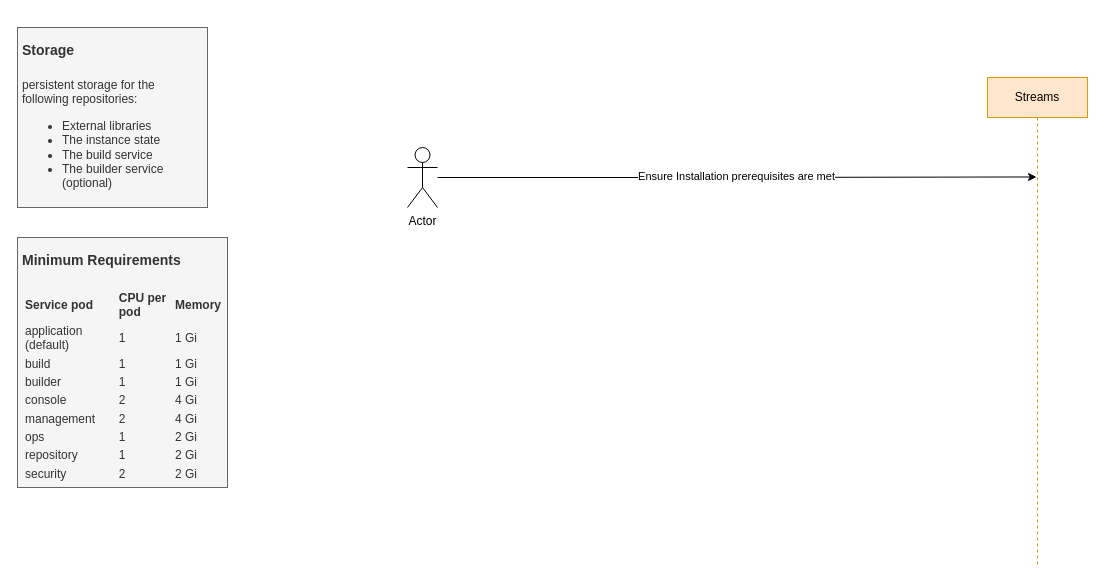
Before: streams.drawio in kanchantewary/CloudPakForData, a draw.io diagram. Source tidied: cells renumbered, new cells numbered last; positions are measured from the earlier drawing's top-left corner, leaving out a move shared by most shapes. Both pictures are drawn from the tidied source at 100%, with x=0, y=0 at pixel (17, 27).
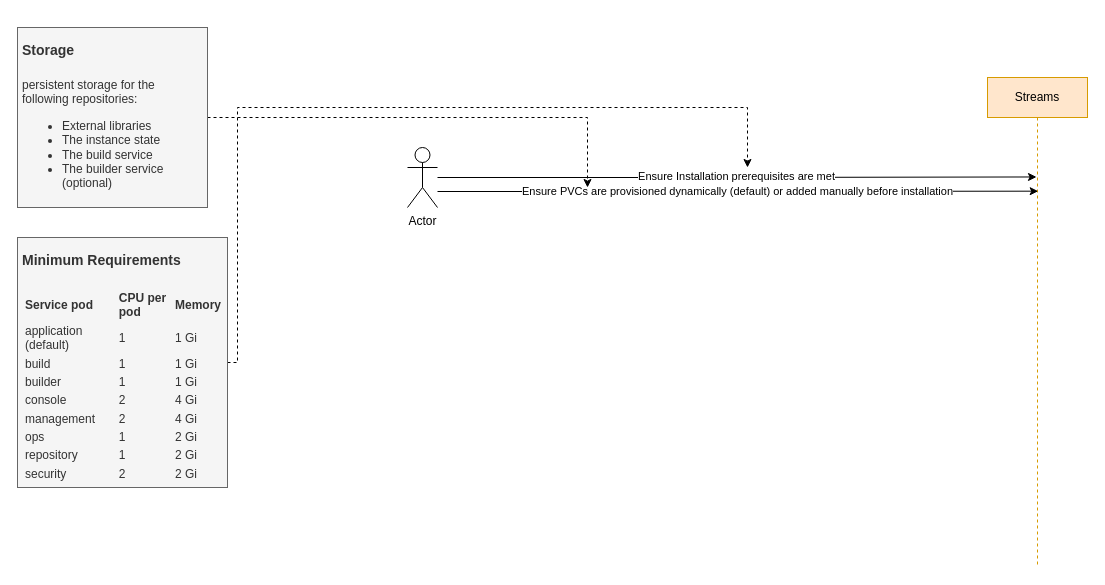
Above is the later version.

The edit, as a diff of the source:
```diff
@@
 <mxGraphModel>
   <root>
     <mxCell id="0" />
     <mxCell id="1" parent="0" />
     <mxCell id="2" value="Streams" style="shape=umlLifeline;perimeter=lifelinePerimeter;whiteSpace=wrap;html=1;outlineConnect=0;fillColor=#ffe6cc;strokeColor=#d79b00;" parent="1" vertex="1">
       <mxGeometry x="970" y="50" width="100" height="490" as="geometry" />
     </mxCell>
     <mxCell id="3" value="Ensure Installation prerequisites are met" style="edgeStyle=orthogonalEdgeStyle;rounded=0;jettySize=auto;html=1;entryX=0.49;entryY=0.203;entryDx=0;entryDy=0;entryPerimeter=0;" parent="1" edge="1" source="4" target="2">
       <mxGeometry relative="1" as="geometry" />
     </mxCell>
+    <mxCell id="7" value="Ensure PVCs are provisioned dynamically (default) or added manually before installation" style="edgeStyle=orthogonalEdgeStyle;rounded=0;jettySize=auto;html=1;entryX=0.507;entryY=0.232;entryDx=0;entryDy=0;entryPerimeter=0;" parent="1" edge="1" source="4" target="2">
+      <mxGeometry relative="1" as="geometry">
+        <Array as="points">
+          <mxPoint x="570" y="164" />
+          <mxPoint x="570" y="164" />
+        </Array>
+      </mxGeometry>
+    </mxCell>
     <mxCell id="4" value="Actor" style="shape=umlActor;verticalLabelPosition=bottom;verticalAlign=top;html=1;outlineConnect=0;" parent="1" vertex="1">
       <mxGeometry x="390" y="120" width="30" height="60" as="geometry" />
     </mxCell>
+    <mxCell id="8" style="edgeStyle=orthogonalEdgeStyle;rounded=0;jettySize=auto;html=1;dashed=1;" parent="1" edge="1" source="5">
+      <mxGeometry relative="1" as="geometry">
+        <mxPoint x="570" y="160" as="targetPoint" />
+        <Array as="points">
+          <mxPoint x="570" y="90" />
+        </Array>
+      </mxGeometry>
+    </mxCell>
     <mxCell id="5" value="&lt;h1&gt;&lt;font style=&quot;font-size: 14px&quot;&gt;Storage&lt;/font&gt;&lt;/h1&gt;&lt;p&gt;persistent storage for the following repositories:&lt;/p&gt;&lt;ul class=&quot;ibm-colored-list ibm-textcolor-gray-80&quot;&gt;&lt;li&gt;External libraries&lt;/li&gt;&lt;li&gt;The instance state&lt;/li&gt;&lt;li&gt;The build service&lt;/li&gt;&lt;li&gt;The builder service (optional)&amp;nbsp;&lt;/li&gt;&lt;/ul&gt;" style="text;html=1;strokeColor=#666666;fillColor=#f5f5f5;spacing=5;spacingTop=-20;whiteSpace=wrap;overflow=hidden;rounded=0;fontColor=#333333;" parent="1" vertex="1">
       <mxGeometry width="190" height="180" as="geometry" />
     </mxCell>
+    <mxCell id="9" style="edgeStyle=orthogonalEdgeStyle;rounded=0;jettySize=auto;html=1;dashed=1;" parent="1" edge="1" source="6">
+      <mxGeometry relative="1" as="geometry">
+        <mxPoint x="730" y="140" as="targetPoint" />
+        <Array as="points">
+          <mxPoint x="220" y="335" />
+          <mxPoint x="220" y="80" />
+          <mxPoint x="730" y="80" />
+        </Array>
+      </mxGeometry>
+    </mxCell>
     <mxCell id="6" value="&lt;h1&gt;&lt;font style=&quot;font-size: 14px&quot;&gt;Minimum Requirements&lt;/font&gt;&lt;/h1&gt;&lt;table summary=&quot;The following table describes the minimum resource requirements to provision a Streams service instance, including the minimum CPU and memory needed for each Streams service pod.&quot; id=&quot;prereqs__table_jpk_rnf_rhb&quot; class=&quot;defaultstyle ibm-grid&quot;&gt;&lt;thead&gt;&lt;tr&gt;&lt;th id=&quot;d177996e195&quot;&gt;Service pod&lt;/th&gt;&lt;th id=&quot;d177996e198&quot;&gt;CPU per pod&lt;/th&gt;&lt;th id=&quot;d177996e203&quot;&gt;Memory&lt;/th&gt;&lt;/tr&gt;&lt;/thead&gt;&lt;tbody&gt;&lt;tr&gt;&lt;td headers=&quot;d177996e195 &quot;&gt;application (default)&lt;/td&gt;&lt;td headers=&quot;d177996e198 &quot;&gt;1&amp;nbsp;&lt;/td&gt;&lt;td headers=&quot;d177996e203 &quot;&gt;1 Gi&lt;/td&gt;&lt;/tr&gt;&lt;tr&gt;&lt;td headers=&quot;d177996e195 &quot;&gt;build &lt;/td&gt;&lt;td headers=&quot;d177996e198 &quot;&gt;1&amp;nbsp;&lt;/td&gt;&lt;td headers=&quot;d177996e203 &quot;&gt;1 Gi&amp;nbsp;&lt;/td&gt;&lt;/tr&gt;&lt;tr&gt;&lt;td headers=&quot;d177996e195 &quot;&gt;builder&amp;nbsp;&lt;/td&gt;&lt;td headers=&quot;d177996e198 &quot;&gt;1&amp;nbsp;&lt;/td&gt;&lt;td headers=&quot;d177996e203 &quot;&gt;1 Gi&amp;nbsp;&lt;/td&gt;&lt;/tr&gt;&lt;tr&gt;&lt;td headers=&quot;d177996e195 &quot;&gt;console&lt;/td&gt;&lt;td headers=&quot;d177996e198 &quot;&gt;2&amp;nbsp;&lt;/td&gt;&lt;td headers=&quot;d177996e203 &quot;&gt;4 Gi&lt;/td&gt;&lt;/tr&gt;&lt;tr&gt;&lt;td headers=&quot;d177996e195 &quot;&gt;management&lt;/td&gt;&lt;td headers=&quot;d177996e198 &quot;&gt;2&amp;nbsp;&lt;/td&gt;&lt;td headers=&quot;d177996e203 &quot;&gt;4 Gi&lt;/td&gt;&lt;/tr&gt;&lt;tr&gt;&lt;td headers=&quot;d177996e195 &quot;&gt;ops&lt;/td&gt;&lt;td headers=&quot;d177996e198 &quot;&gt; 1&lt;/td&gt;&lt;td headers=&quot;d177996e203 &quot;&gt;2 Gi&lt;/td&gt;&lt;/tr&gt;&lt;tr&gt;&lt;td headers=&quot;d177996e195 &quot;&gt;repository&lt;/td&gt;&lt;td headers=&quot;d177996e198 &quot;&gt;1&lt;/td&gt;&lt;td headers=&quot;d177996e203 &quot;&gt;2 Gi&lt;/td&gt;&lt;/tr&gt;&lt;tr&gt;&lt;td headers=&quot;d177996e195 &quot;&gt;security&lt;/td&gt;&lt;td headers=&quot;d177996e198 &quot;&gt;2&lt;/td&gt;&lt;td headers=&quot;d177996e203 &quot;&gt;2 Gi&lt;/td&gt;&lt;/tr&gt;&lt;/tbody&gt;&lt;/table&gt;" style="text;html=1;strokeColor=#666666;fillColor=#f5f5f5;spacing=5;spacingTop=-20;whiteSpace=wrap;overflow=hidden;rounded=0;fontColor=#333333;" parent="1" vertex="1">
       <mxGeometry y="210" width="210" height="250" as="geometry" />
     </mxCell>
   </root>
 </mxGraphModel>
```
